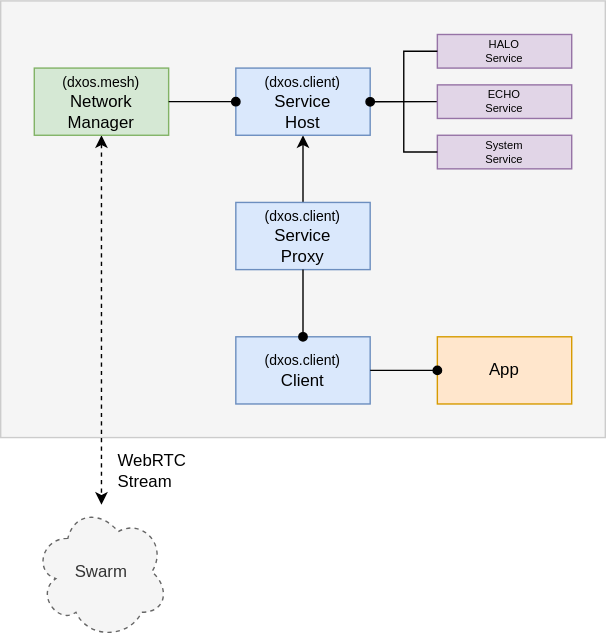
dxos/dxos keeps this draw.io diagram as docs/design/diagrams/client-services.drawio.svg. Above is the earlier version. Source tidied: cells renumbered, new cells last; positions are measured from the earlier drawing's top-left corner, leaving out a move shared by most shapes. Source of this version:
```xml
<mxGraphModel>
  <root>
    <mxCell id="0" />
    <mxCell id="1" parent="0" />
    <mxCell id="2" style="rounded=0;whiteSpace=wrap;html=1;fillColor=#f5f5f5;fontColor=#333333;strokeColor=#CCCCCC;verticalAlign=top;spacingBottom=4;spacingTop=4;align=left;spacing=0;spacingRight=8;spacingLeft=8;" parent="1" vertex="1">
      <mxGeometry width="432" height="312" as="geometry" />
    </mxCell>
    <mxCell id="3" style="edgeStyle=none;html=1;startArrow=classic;startFill=1;endArrow=classic;endFill=1;dashed=1;" parent="1" edge="1" source="13" target="7">
      <mxGeometry relative="1" as="geometry" />
    </mxCell>
    <mxCell id="4" style="edgeStyle=none;html=1;exitX=0.5;exitY=0;exitDx=0;exitDy=0;entryX=0.5;entryY=1;entryDx=0;entryDy=0;startArrow=none;startFill=0;endArrow=classic;endFill=1;" parent="1" edge="1" source="5" target="6">
      <mxGeometry relative="1" as="geometry" />
    </mxCell>
    <mxCell id="5" value="&lt;font style=&quot;font-size: 10px&quot;&gt;(dxos.client)&lt;br&gt;&lt;/font&gt;Service&lt;br&gt;Proxy" style="rounded=0;whiteSpace=wrap;html=1;fillColor=#dae8fc;strokeColor=#6c8ebf;" parent="1" vertex="1">
      <mxGeometry x="168" y="144" width="96" height="48" as="geometry" />
    </mxCell>
    <mxCell id="6" value="&lt;font style=&quot;font-size: 10px&quot;&gt;(dxos.client)&lt;/font&gt;&lt;br&gt;Service&lt;br&gt;Host" style="rounded=0;whiteSpace=wrap;html=1;fillColor=#dae8fc;strokeColor=#6c8ebf;" parent="1" vertex="1">
      <mxGeometry x="168" y="48" width="96" height="48" as="geometry" />
    </mxCell>
    <mxCell id="7" value="Swarm" style="ellipse;shape=cloud;whiteSpace=wrap;html=1;dashed=1;fillColor=#f5f5f5;fontColor=#333333;strokeColor=#666666;" parent="1" vertex="1">
      <mxGeometry x="24" y="360" width="96" height="96" as="geometry" />
    </mxCell>
    <mxCell id="8" value="WebRTC&lt;br&gt;Stream" style="rounded=0;whiteSpace=wrap;html=1;dashed=1;align=left;spacingLeft=10;strokeColor=none;fillColor=none;" parent="1" vertex="1">
      <mxGeometry x="72" y="312" width="96" height="48" as="geometry" />
    </mxCell>
    <mxCell id="9" value="&lt;font style=&quot;font-size: 10px&quot;&gt;(dxos.client)&lt;br&gt;&lt;/font&gt;Client" style="rounded=0;whiteSpace=wrap;html=1;fillColor=#dae8fc;strokeColor=#6c8ebf;" parent="1" vertex="1">
      <mxGeometry x="168" y="240" width="96" height="48" as="geometry" />
    </mxCell>
    <mxCell id="10" value="App" style="rounded=0;whiteSpace=wrap;html=1;fillColor=#ffe6cc;strokeColor=#d79b00;" parent="1" vertex="1">
      <mxGeometry x="312" y="240" width="96" height="48" as="geometry" />
    </mxCell>
    <mxCell id="11" style="edgeStyle=none;html=1;exitX=0.5;exitY=0;exitDx=0;exitDy=0;startArrow=oval;startFill=1;endArrow=none;endFill=0;" parent="1" edge="1" source="9" target="5">
      <mxGeometry relative="1" as="geometry" />
    </mxCell>
    <mxCell id="12" style="edgeStyle=none;html=1;exitX=0;exitY=0.5;exitDx=0;exitDy=0;startArrow=oval;startFill=1;endArrow=none;endFill=0;" parent="1" edge="1" source="10" target="9">
      <mxGeometry relative="1" as="geometry" />
    </mxCell>
    <mxCell id="13" value="&lt;font style=&quot;font-size: 10px&quot;&gt;(dxos.mesh)&lt;br&gt;&lt;/font&gt;Network&lt;br&gt;Manager" style="rounded=0;whiteSpace=wrap;html=1;fillColor=#d5e8d4;strokeColor=#82b366;" parent="1" vertex="1">
      <mxGeometry x="24" y="48" width="96" height="48" as="geometry" />
    </mxCell>
    <mxCell id="14" style="edgeStyle=none;html=1;exitX=0;exitY=0.5;exitDx=0;exitDy=0;startArrow=oval;startFill=1;endArrow=none;endFill=0;" parent="1" edge="1" source="6" target="13">
      <mxGeometry relative="1" as="geometry" />
    </mxCell>
    <mxCell id="15" style="group;" parent="1" vertex="1">
      <mxGeometry x="264" y="24" width="144" height="96" as="geometry" />
    </mxCell>
    <mxCell id="16" value="HALO&lt;br style=&quot;font-size: 8px&quot;&gt;Service" style="rounded=0;whiteSpace=wrap;html=1;fontSize=8;fillColor=#e1d5e7;strokeColor=#9673a6;" parent="15" vertex="1">
      <mxGeometry x="48" width="96" height="24" as="geometry" />
    </mxCell>
    <mxCell id="17" style="edgeStyle=none;rounded=0;html=1;exitX=0;exitY=0.5;exitDx=0;exitDy=0;startArrow=none;startFill=0;endArrow=oval;endFill=1;" parent="15" edge="1" source="18">
      <mxGeometry relative="1" as="geometry">
        <mxPoint y="48.1" as="targetPoint" />
      </mxGeometry>
    </mxCell>
    <mxCell id="18" value="ECHO&lt;br style=&quot;font-size: 8px&quot;&gt;Service" style="rounded=0;whiteSpace=wrap;html=1;fontSize=8;fillColor=#e1d5e7;strokeColor=#9673a6;" parent="15" vertex="1">
      <mxGeometry x="48" y="36" width="96" height="24" as="geometry" />
    </mxCell>
    <mxCell id="19" value="System&lt;br style=&quot;font-size: 8px&quot;&gt;Service" style="rounded=0;whiteSpace=wrap;html=1;fontSize=8;fillColor=#e1d5e7;strokeColor=#9673a6;" parent="15" vertex="1">
      <mxGeometry x="48" y="72" width="96" height="24" as="geometry" />
    </mxCell>
    <mxCell id="20" style="edgeStyle=none;html=1;exitX=0;exitY=0.5;exitDx=0;exitDy=0;entryX=0;entryY=0.5;entryDx=0;entryDy=0;startArrow=none;startFill=0;endArrow=none;endFill=0;rounded=0;" parent="15" edge="1" source="16" target="19">
      <mxGeometry relative="1" as="geometry">
        <Array as="points">
          <mxPoint x="24" y="12" />
          <mxPoint x="24" y="84" />
        </Array>
      </mxGeometry>
    </mxCell>
  </root>
</mxGraphModel>
```
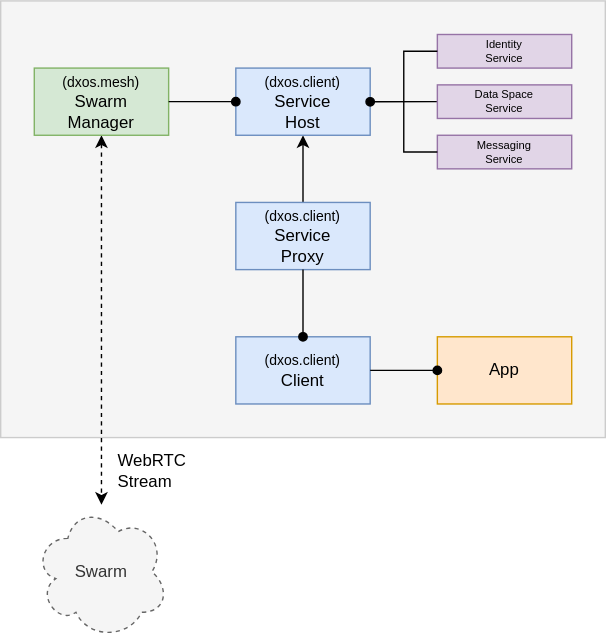
Later version of the same file.

Diff of the diagram source:
```diff
@@ -35,7 +35,7 @@
     <mxCell id="12" style="edgeStyle=none;html=1;exitX=0;exitY=0.5;exitDx=0;exitDy=0;startArrow=oval;startFill=1;endArrow=none;endFill=0;" parent="1" edge="1" source="10" target="9">
       <mxGeometry relative="1" as="geometry" />
     </mxCell>
-    <mxCell id="13" value="&lt;font style=&quot;font-size: 10px&quot;&gt;(dxos.mesh)&lt;br&gt;&lt;/font&gt;Network&lt;br&gt;Manager" style="rounded=0;whiteSpace=wrap;html=1;fillColor=#d5e8d4;strokeColor=#82b366;" parent="1" vertex="1">
+    <mxCell id="13" value="&lt;font style=&quot;font-size: 10px&quot;&gt;(dxos.mesh)&lt;br&gt;&lt;/font&gt;Swarm&lt;br&gt;Manager" style="rounded=0;whiteSpace=wrap;html=1;fillColor=#d5e8d4;strokeColor=#82b366;" parent="1" vertex="1">
       <mxGeometry x="24" y="48" width="96" height="48" as="geometry" />
     </mxCell>
     <mxCell id="14" style="edgeStyle=none;html=1;exitX=0;exitY=0.5;exitDx=0;exitDy=0;startArrow=oval;startFill=1;endArrow=none;endFill=0;" parent="1" edge="1" source="6" target="13">
@@ -44,7 +44,7 @@
     <mxCell id="15" style="group;" parent="1" vertex="1">
       <mxGeometry x="264" y="24" width="144" height="96" as="geometry" />
     </mxCell>
-    <mxCell id="16" value="HALO&lt;br style=&quot;font-size: 8px&quot;&gt;Service" style="rounded=0;whiteSpace=wrap;html=1;fontSize=8;fillColor=#e1d5e7;strokeColor=#9673a6;" parent="15" vertex="1">
+    <mxCell id="16" value="Identity&lt;br style=&quot;font-size: 8px&quot;&gt;Service" style="rounded=0;whiteSpace=wrap;html=1;fontSize=8;fillColor=#e1d5e7;strokeColor=#9673a6;" parent="15" vertex="1">
       <mxGeometry x="48" width="96" height="24" as="geometry" />
     </mxCell>
     <mxCell id="17" style="edgeStyle=none;rounded=0;html=1;exitX=0;exitY=0.5;exitDx=0;exitDy=0;startArrow=none;startFill=0;endArrow=oval;endFill=1;" parent="15" edge="1" source="18">
@@ -52,10 +52,10 @@
         <mxPoint y="48.1" as="targetPoint" />
       </mxGeometry>
     </mxCell>
-    <mxCell id="18" value="ECHO&lt;br style=&quot;font-size: 8px&quot;&gt;Service" style="rounded=0;whiteSpace=wrap;html=1;fontSize=8;fillColor=#e1d5e7;strokeColor=#9673a6;" parent="15" vertex="1">
+    <mxCell id="18" value="Data Space&lt;br style=&quot;font-size: 8px&quot;&gt;Service" style="rounded=0;whiteSpace=wrap;html=1;fontSize=8;fillColor=#e1d5e7;strokeColor=#9673a6;" parent="15" vertex="1">
       <mxGeometry x="48" y="36" width="96" height="24" as="geometry" />
     </mxCell>
-    <mxCell id="19" value="System&lt;br style=&quot;font-size: 8px&quot;&gt;Service" style="rounded=0;whiteSpace=wrap;html=1;fontSize=8;fillColor=#e1d5e7;strokeColor=#9673a6;" parent="15" vertex="1">
+    <mxCell id="19" value="Messaging&lt;br style=&quot;font-size: 8px&quot;&gt;Service" style="rounded=0;whiteSpace=wrap;html=1;fontSize=8;fillColor=#e1d5e7;strokeColor=#9673a6;" parent="15" vertex="1">
       <mxGeometry x="48" y="72" width="96" height="24" as="geometry" />
     </mxCell>
     <mxCell id="20" style="edgeStyle=none;html=1;exitX=0;exitY=0.5;exitDx=0;exitDy=0;entryX=0;entryY=0.5;entryDx=0;entryDy=0;startArrow=none;startFill=0;endArrow=none;endFill=0;rounded=0;" parent="15" edge="1" source="16" target="19">
```
